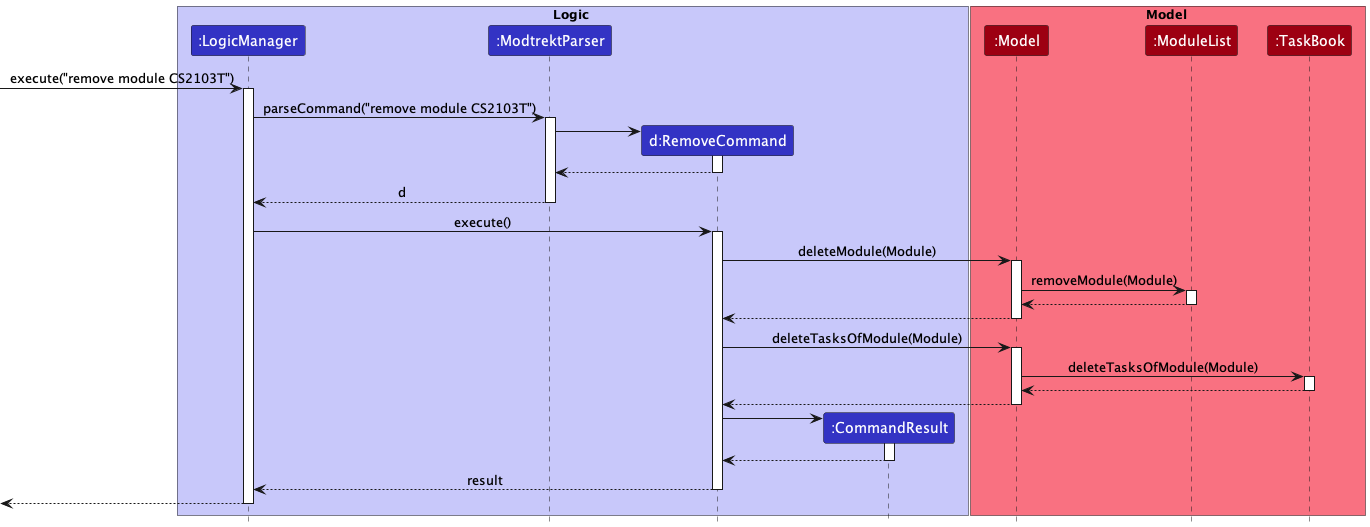
Above: docs/images/ModulePUMLs/RemoveModule/ModuleRemoveSequenceDiagram.png in nus-cs2103-AY2223S1/tp (PlantUML), before the change.
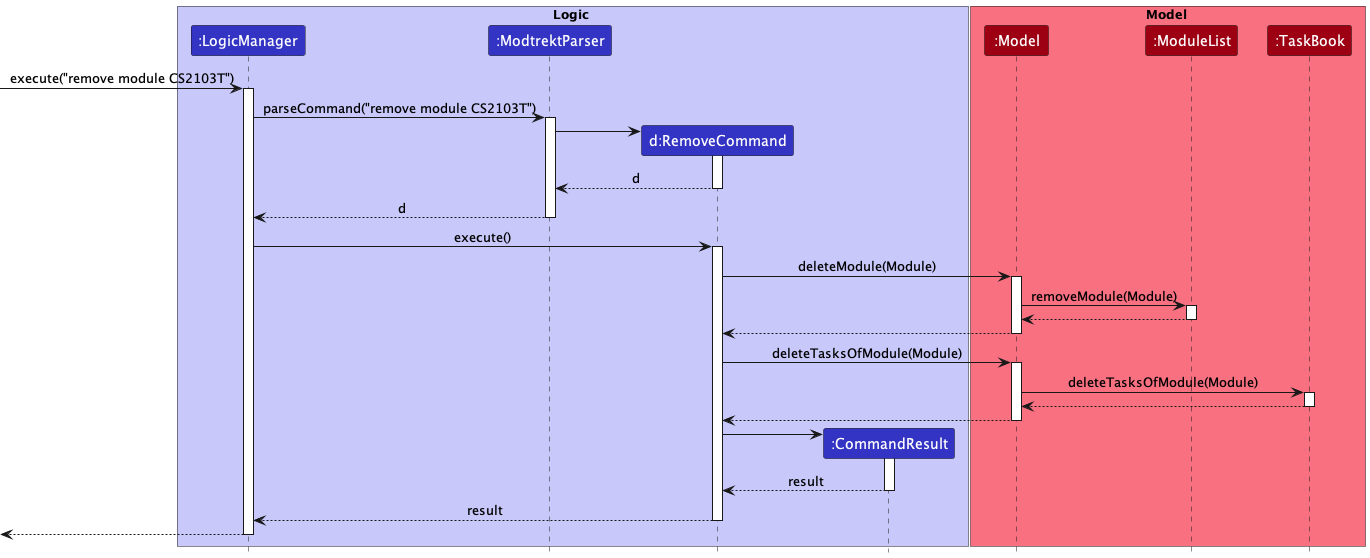
The same diagram one commit later.

Change to the diagram source:
```diff
@@ -21,10 +21,10 @@
 activate ModtrektParser
 
 create RemoveCommand
-ModtrektParser -> RemoveCommand:
+ModtrektParser -> RemoveCommand
 activate RemoveCommand
 
-RemoveCommand --> ModtrektParser
+RemoveCommand --> ModtrektParser : d
 deactivate RemoveCommand
 
 ModtrektParser --> LogicManager : d
@@ -61,7 +61,7 @@
 RemoveCommand -> CommandResult
 activate CommandResult
 
-CommandResult --> RemoveCommand
+CommandResult --> RemoveCommand : result
 deactivate CommandResult
 
 RemoveCommand --> LogicManager : result
```
